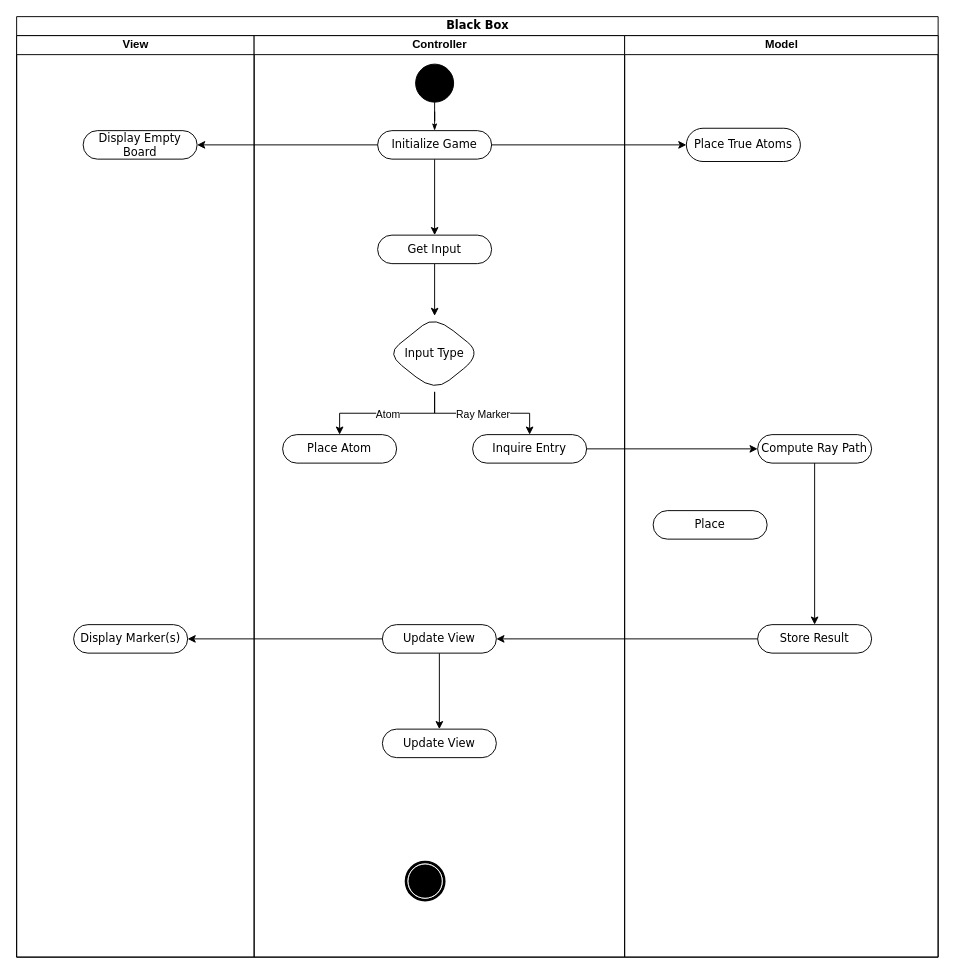
The draw.io diagram UML-activity-diagram.drawio in Juutar/COMP20050SEP2-1, before the edit. Source tidied: cells renumbered, new cells numbered last; positions are measured from the earlier drawing's top-left corner, leaving out a move shared by most shapes. Both pictures are drawn from the tidied source at 95%, with x=0, y=0 at pixel (16, 16).
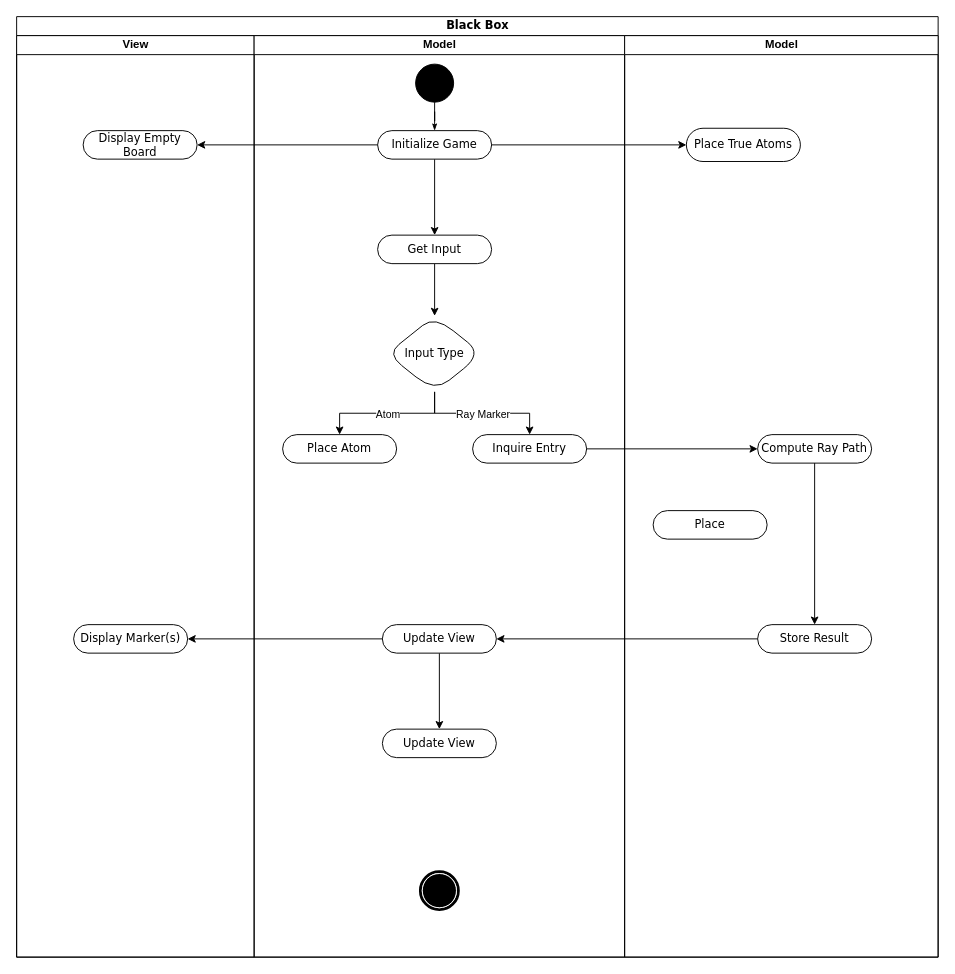
The same page after the edit.

Unchanged cells that the change refers to:
```xml
<mxCell id="2" value="Black Box" style="swimlane;html=1;startSize=20;rounded=0;shadow=0;comic=0;labelBackgroundColor=none;strokeWidth=1;fontFamily=Verdana;fontSize=12;align=center;" parent="1" vertex="1">
  <mxGeometry width="970" height="990" as="geometry" />
</mxCell>
```

What changed in the source:
```diff
@@
-    <mxCell id="5" value="Controller" style="swimlane;html=1;startSize=20;" parent="2" vertex="1">
+    <mxCell id="5" value="Model" style="swimlane;html=1;startSize=20;" parent="2" vertex="1">
       <mxGeometry x="250" y="20" width="390" height="970" as="geometry" />
     </mxCell>
@@
     <mxCell id="10" style="shape=mxgraph.bpmn.shape;html=1;verticalLabelPosition=bottom;labelBackgroundColor=#ffffff;verticalAlign=top;perimeter=ellipsePerimeter;outline=end;symbol=terminate;rounded=0;shadow=0;comic=0;strokeWidth=1;fontFamily=Verdana;fontSize=12;align=center;" parent="5" vertex="1">
-      <mxGeometry x="160" y="870" width="40" height="40" as="geometry" />
+      <mxGeometry x="175" y="880" width="40" height="40" as="geometry" />
     </mxCell>
```
